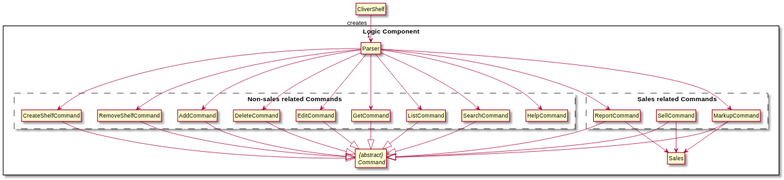
The PlantUML diagram docs/diagrams/Logic_ClassDiagram.svg in zh1huang/tp, before a commit.
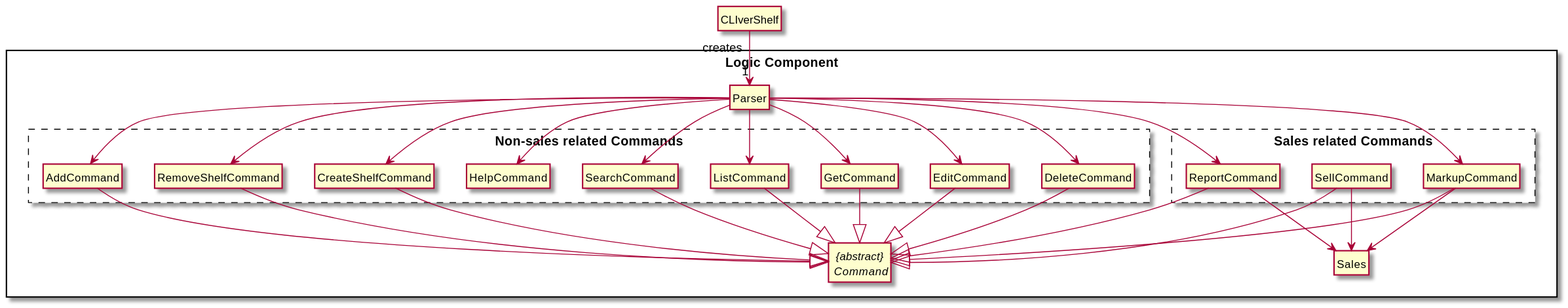
Above is the later version.

What changed in the source:
```diff
@@ -3,7 +3,7 @@
 skinparam classAttributeIconSize 0
 hide empty members
 
-class CliverShelf
+class CLIverShelf
 
 package "Logic Component" <<Rectangle>> {
     package "Non-sales related Commands" <<Rectangle>> #line.dashed{
@@ -30,20 +30,20 @@
 
 }
 
-CliverShelf "creates"--> "1" Parser
+CLIverShelf "creates"--> "1" Parser
 
 Parser --> CreateShelfCommand
-Parser ---> RemoveShelfCommand
-Parser ---> AddCommand
-Parser ---> DeleteCommand
-Parser ---> EditCommand
-Parser ---> GetCommand
-Parser ---> ListCommand
-Parser ---> SearchCommand
+Parser --> RemoveShelfCommand
+Parser --> AddCommand
+Parser --> DeleteCommand
+Parser --> EditCommand
+Parser --> GetCommand
+Parser --> ListCommand
+Parser --> SearchCommand
 
-Parser ---> ReportCommand
-Parser ---> MarkupCommand
-Parser ---> HelpCommand
+Parser --> ReportCommand
+Parser --> MarkupCommand
+Parser --> HelpCommand
 
 
 
```
